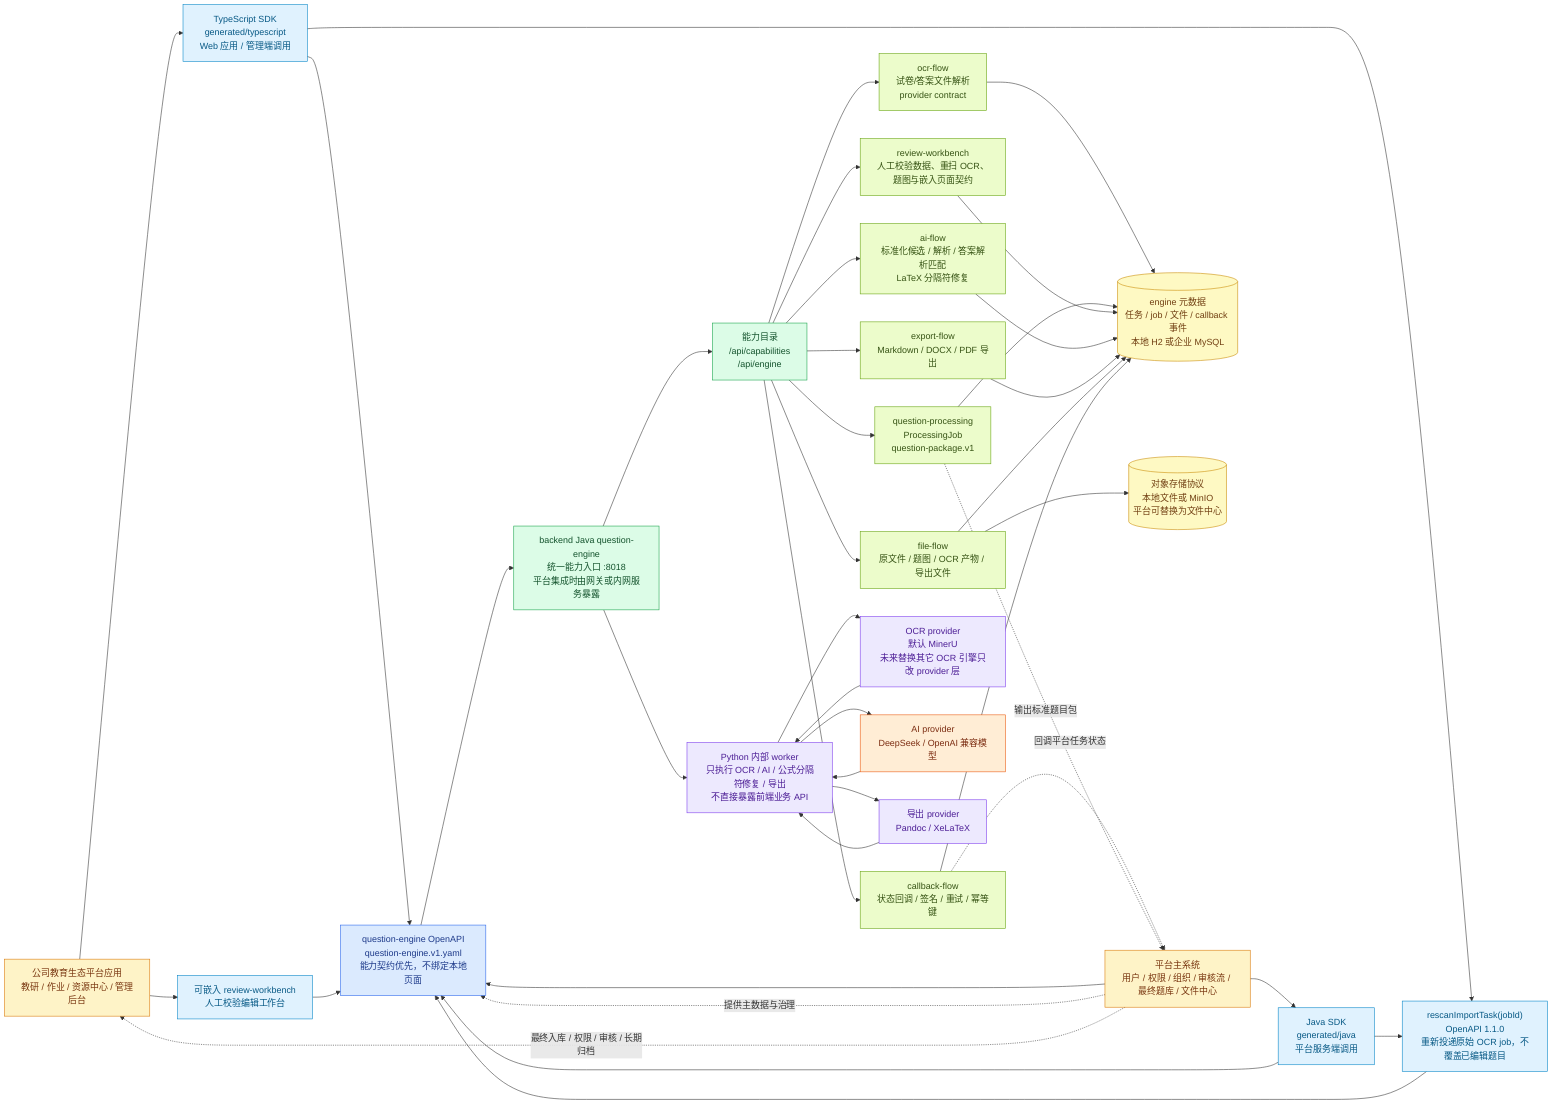
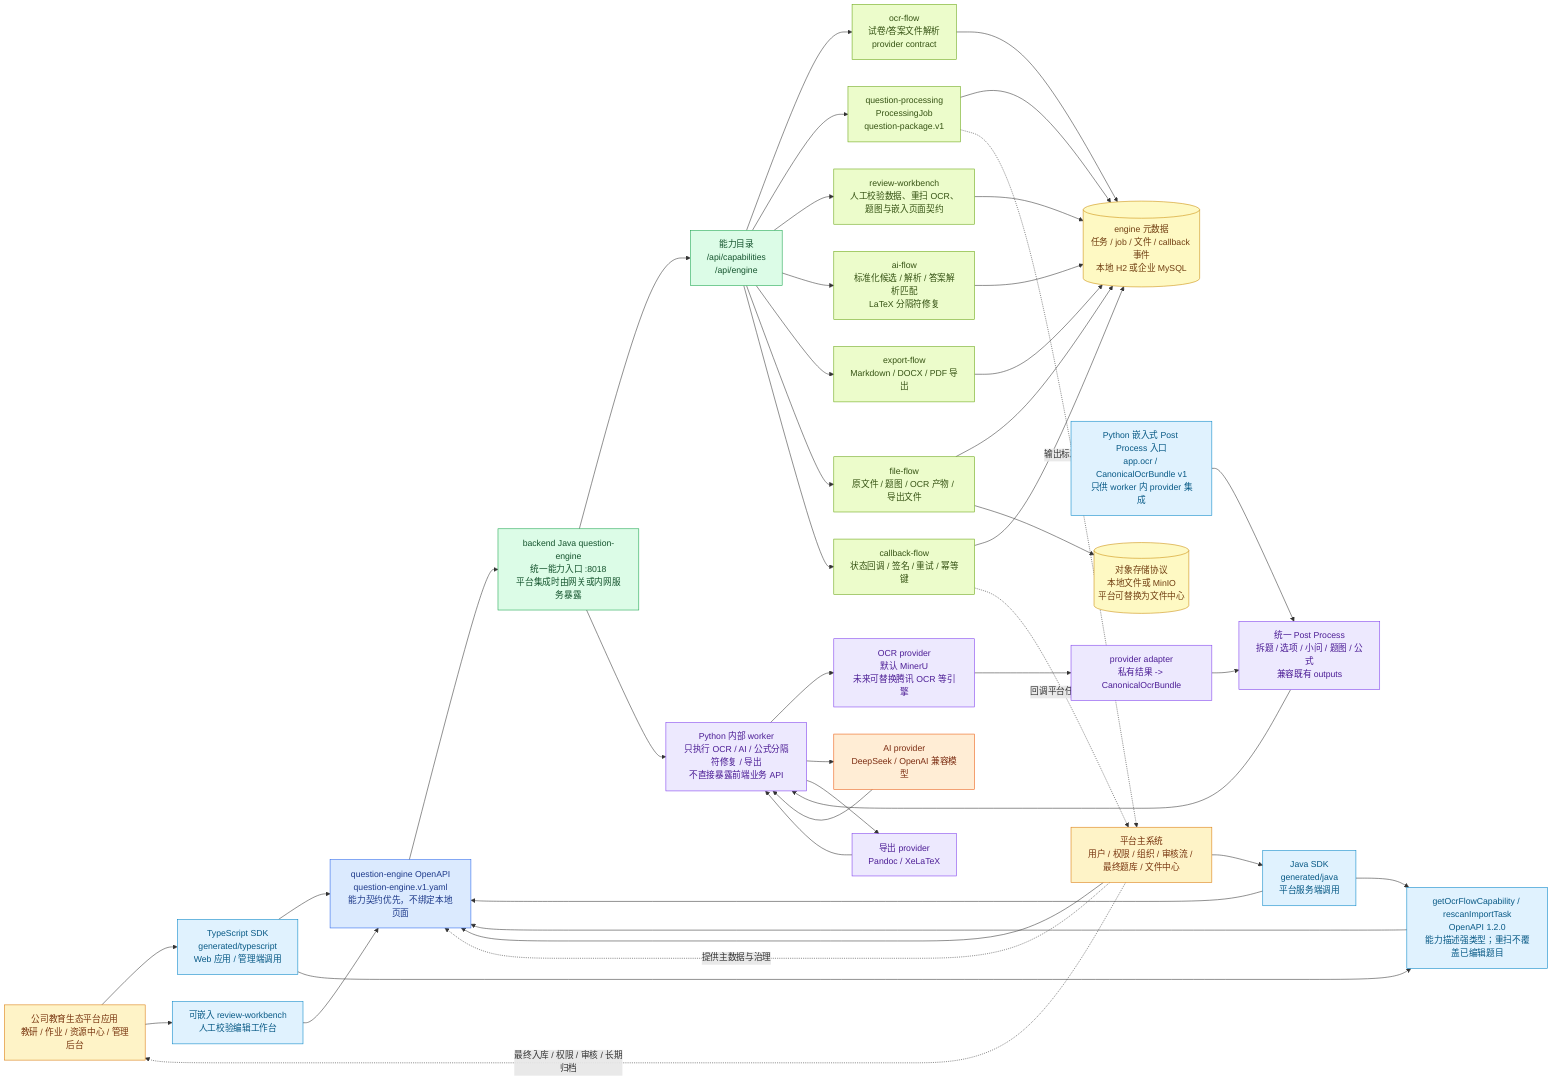
- %% Version: 2026-07-08 / OpenAPI 1.1.0
+ %% Version: 2026-07-15 / OpenAPI 1.2.0 / Post Process embedded SDK
%% Status: current-primary
%% Scope: platform integration contract, OpenAPI, generated SDKs, and engine capabilities.
flowchart LR
  PlatformApps["公司教育生态平台应用<br/>教研 / 作业 / 资源中心 / 管理后台"]:::platform
  PlatformCore["平台主系统<br/>用户 / 权限 / 组织 / 审核流 / 最终题库 / 文件中心"]:::platform

  OpenApi["question-engine OpenAPI<br/>question-engine.v1.yaml<br/>能力契约优先，不绑定本地页面"]:::contract
  TsSdk["TypeScript SDK<br/>generated/typescript<br/>Web 应用 / 管理端调用"]:::sdk
  JavaSdk["Java SDK<br/>generated/java<br/>平台服务端调用"]:::sdk
+   PostProcessSdk["Python 嵌入式 Post Process 入口<br/>app.ocr / CanonicalOcrBundle v1<br/>只供 worker 内 provider 集成"]:::sdk
  EmbeddedWorkbench["可嵌入 review-workbench<br/>人工校验编辑工作台"]:::sdk

  EngineGateway["backend Java question-engine<br/>统一能力入口 :8018<br/>平台集成时由网关或内网服务暴露"]:::engine
  CapabilityCatalog["能力目录<br/>/api/capabilities<br/>/api/engine"]:::engine

  OcrFlow["ocr-flow<br/>试卷/答案文件解析<br/>provider contract"]:::capability
  QuestionProcessing["question-processing<br/>ProcessingJob<br/>question-package.v1"]:::capability
  ReviewFlow["review-workbench<br/>人工校验数据、重扫 OCR、题图与嵌入页面契约"]:::capability
  AiFlow["ai-flow<br/>标准化候选 / 解析 / 答案解析匹配<br/>LaTeX 分隔符修复"]:::capability
  ExportFlow["export-flow<br/>Markdown / DOCX / PDF 导出"]:::capability
  FileFlow["file-flow<br/>原文件 / 题图 / OCR 产物 / 导出文件"]:::capability
  CallbackFlow["callback-flow<br/>状态回调 / 签名 / 重试 / 幂等键"]:::capability
-   RescanSdk["rescanImportTask(jobId)<br/>OpenAPI 1.1.0<br/>重新投递原始 OCR job，不覆盖已编辑题目"]:::sdk
+   RescanSdk["getOcrFlowCapability / rescanImportTask<br/>OpenAPI 1.2.0<br/>能力描述强类型；重扫不覆盖已编辑题目"]:::sdk

  EngineDb[("engine 元数据<br/>任务 / job / 文件 / callback 事件<br/>本地 H2 或企业 MySQL")]:::store
  ObjectStorage[("对象存储协议<br/>本地文件或 MinIO<br/>平台可替换为文件中心")]:::store
  InternalWorker["Python 内部 worker<br/>只执行 OCR / AI / 公式分隔符修复 / 导出<br/>不直接暴露前端业务 API"]:::worker
-   OcrProvider["OCR provider<br/>默认 MinerU<br/>未来替换其它 OCR 引擎只改 provider 层"]:::worker
+   OcrProvider["OCR provider<br/>默认 MinerU<br/>未来可替换腾讯 OCR 等引擎"]:::worker
+   ProviderAdapter["provider adapter<br/>私有结果 -> CanonicalOcrBundle"]:::worker
+   PostProcess["统一 Post Process<br/>拆题 / 选项 / 小问 / 题图 / 公式<br/>兼容既有 outputs"]:::worker
  AiProvider["AI provider<br/>DeepSeek / OpenAI 兼容模型"]:::external
  ExportProvider["导出 provider<br/>Pandoc / XeLaTeX"]:::worker

  PlatformApps --> TsSdk
  PlatformApps --> EmbeddedWorkbench
  PlatformCore --> JavaSdk
  PlatformCore --> OpenApi
  TsSdk --> OpenApi
  JavaSdk --> OpenApi
  EmbeddedWorkbench --> OpenApi
  TsSdk --> RescanSdk
  JavaSdk --> RescanSdk
  RescanSdk --> OpenApi

  OpenApi --> EngineGateway
  EngineGateway --> CapabilityCatalog
  CapabilityCatalog --> OcrFlow
  CapabilityCatalog --> QuestionProcessing
  CapabilityCatalog --> ReviewFlow
  CapabilityCatalog --> AiFlow
  CapabilityCatalog --> ExportFlow
  CapabilityCatalog --> FileFlow
  CapabilityCatalog --> CallbackFlow

  OcrFlow --> EngineDb
  QuestionProcessing --> EngineDb
  ReviewFlow --> EngineDb
  AiFlow --> EngineDb
  ExportFlow --> EngineDb
  FileFlow --> EngineDb
  CallbackFlow --> EngineDb

  FileFlow --> ObjectStorage
  EngineGateway --> InternalWorker
  InternalWorker --> OcrProvider
+   OcrProvider --> ProviderAdapter --> PostProcess
+   PostProcessSdk --> PostProcess
  InternalWorker --> AiProvider
  InternalWorker --> ExportProvider
-   OcrProvider --> InternalWorker
+   PostProcess --> InternalWorker
  AiProvider --> InternalWorker
  ExportProvider --> InternalWorker

  PlatformCore -. 提供主数据与治理 .-> OpenApi
  PlatformCore -. 最终入库 / 权限 / 审核 / 长期归档 .-> PlatformApps
  CallbackFlow -. 回调平台任务状态 .-> PlatformCore
  QuestionProcessing -. 输出标准题目包 .-> PlatformCore

  classDef platform fill:#fef3c7,stroke:#d97706,color:#78350f,stroke-width:1px;
  classDef contract fill:#dbeafe,stroke:#2563eb,color:#1e3a8a,stroke-width:1px;
  classDef sdk fill:#e0f2fe,stroke:#0284c7,color:#075985,stroke-width:1px;
  classDef engine fill:#dcfce7,stroke:#16a34a,color:#14532d,stroke-width:1px;
  classDef capability fill:#ecfccb,stroke:#65a30d,color:#365314,stroke-width:1px;
  classDef worker fill:#ede9fe,stroke:#7c3aed,color:#4c1d95,stroke-width:1px;
  classDef store fill:#fef9c3,stroke:#ca8a04,color:#713f12,stroke-width:1px;
  classDef external fill:#ffedd5,stroke:#ea580c,color:#7c2d12,stroke-width:1px;
